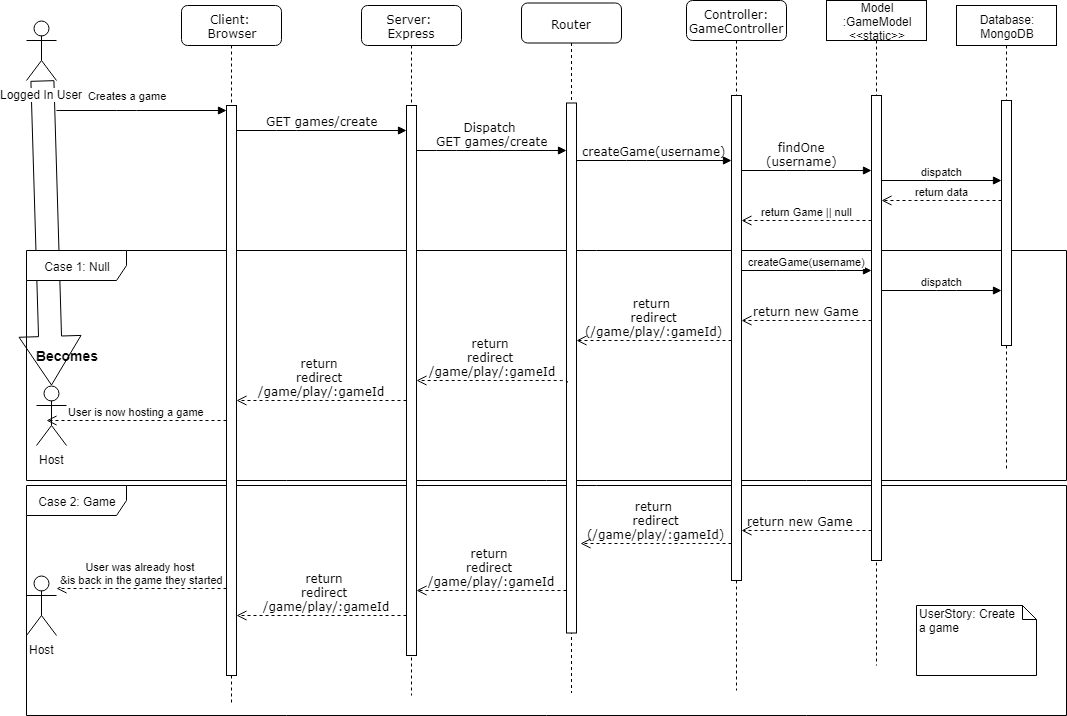
This is UML_Graphics/Sequence Diagrams/Sequence Diagram_ Create a Game.png from O-clock-Pulsar/Pictionary-TeamPyjamasque, a draw.io export, as it was before one commit. Source tidied: cells renumbered, new cells last; positions are measured from the earlier drawing's top-left corner, leaving out a move shared by most shapes. Source of this version:
```xml
<mxGraphModel background="#ffffff">
  <root>
    <mxCell id="0" />
    <mxCell id="1" parent="0" />
    <mxCell id="2" style="shape=flexArrow;endArrow=classic;html=1;endWidth=38;endSize=15.89;width=23;entryX=0.5;entryY=0;entryDx=0;entryDy=0;entryPerimeter=0;" parent="1" edge="1" source="20" target="37">
      <mxGeometry relative="1" as="geometry" />
    </mxCell>
    <mxCell id="3" value="Case 2: Game" style="shape=umlFrame;whiteSpace=wrap;html=1;width=100;height=30;" parent="1" vertex="1">
      <mxGeometry x="5" y="485" width="1040" height="230" as="geometry" />
    </mxCell>
    <mxCell id="4" value="Case 1: Null" style="shape=umlFrame;whiteSpace=wrap;html=1;width=100;height=30;" parent="1" vertex="1">
      <mxGeometry x="5" y="250" width="1040" height="230" as="geometry" />
    </mxCell>
    <mxCell id="5" value="Server: &lt;br&gt;Express" style="shape=umlLifeline;perimeter=lifelinePerimeter;whiteSpace=wrap;html=1;rounded=1;shadow=0;comic=0;labelBackgroundColor=none;strokeColor=#000000;strokeWidth=1;fillColor=#FFFFFF;fontFamily=Verdana;fontSize=12;fontColor=#000000;align=center;" parent="1" vertex="1">
      <mxGeometry x="340" y="5" width="100" height="690" as="geometry" />
    </mxCell>
    <mxCell id="6" style="html=1;points=[];perimeter=orthogonalPerimeter;rounded=0;shadow=0;comic=0;labelBackgroundColor=none;strokeColor=#000000;strokeWidth=1;fillColor=#FFFFFF;fontFamily=Verdana;fontSize=12;fontColor=#000000;align=center;" parent="5" vertex="1">
      <mxGeometry x="45" y="100" width="10" height="550" as="geometry" />
    </mxCell>
    <mxCell id="7" value="Router" style="shape=umlLifeline;perimeter=lifelinePerimeter;whiteSpace=wrap;html=1;rounded=1;shadow=0;comic=0;labelBackgroundColor=none;strokeColor=#000000;strokeWidth=1;fillColor=#FFFFFF;fontFamily=Verdana;fontSize=12;fontColor=#000000;align=center;" parent="1" vertex="1">
      <mxGeometry x="500" y="2.5" width="100" height="690" as="geometry" />
    </mxCell>
    <mxCell id="8" style="html=1;points=[];perimeter=orthogonalPerimeter;rounded=0;shadow=0;comic=0;labelBackgroundColor=none;strokeColor=#000000;strokeWidth=1;fillColor=#FFFFFF;fontFamily=Verdana;fontSize=12;fontColor=#000000;align=center;" parent="7" vertex="1">
      <mxGeometry x="45" y="100" width="10" height="530" as="geometry" />
    </mxCell>
    <mxCell id="9" value="Controller: GameController" style="shape=umlLifeline;perimeter=lifelinePerimeter;whiteSpace=wrap;html=1;rounded=1;shadow=0;comic=0;labelBackgroundColor=none;strokeColor=#000000;strokeWidth=1;fillColor=#FFFFFF;fontFamily=Verdana;fontSize=12;fontColor=#000000;align=center;" parent="1" vertex="1">
      <mxGeometry x="665" width="100" height="690" as="geometry" />
    </mxCell>
    <mxCell id="10" style="html=1;points=[];perimeter=orthogonalPerimeter;rounded=0;shadow=0;comic=0;labelBackgroundColor=none;strokeColor=#000000;strokeWidth=1;fillColor=#FFFFFF;fontFamily=Verdana;fontSize=12;fontColor=#000000;align=center;" parent="9" vertex="1">
      <mxGeometry x="45" y="95" width="10" height="485" as="geometry" />
    </mxCell>
    <mxCell id="11" value="Client: &lt;br&gt;Browser" style="shape=umlLifeline;perimeter=lifelinePerimeter;whiteSpace=wrap;html=1;rounded=1;shadow=0;comic=0;labelBackgroundColor=none;strokeColor=#000000;strokeWidth=1;fillColor=#FFFFFF;fontFamily=Verdana;fontSize=12;fontColor=#000000;align=center;" parent="1" vertex="1">
      <mxGeometry x="160" y="5" width="100" height="700" as="geometry" />
    </mxCell>
    <mxCell id="12" style="html=1;points=[];perimeter=orthogonalPerimeter;rounded=0;shadow=0;comic=0;labelBackgroundColor=none;strokeColor=#000000;strokeWidth=1;fillColor=#FFFFFF;fontFamily=Verdana;fontSize=12;fontColor=#000000;align=center;" parent="11" vertex="1">
      <mxGeometry x="45" y="100" width="10" height="570" as="geometry" />
    </mxCell>
    <mxCell id="13" value="createGame(username)" style="html=1;verticalAlign=bottom;endArrow=block;labelBackgroundColor=none;fontFamily=Verdana;fontSize=12;edgeStyle=elbowEdgeStyle;elbow=vertical;" parent="1" edge="1" source="8" target="10">
      <mxGeometry relative="1" as="geometry">
        <Array as="points">
          <mxPoint x="615" y="160" />
          <mxPoint x="555" y="180" />
          <mxPoint x="545" y="200" />
          <mxPoint x="635" y="180" />
          <mxPoint x="675" y="210" />
          <mxPoint x="705" y="170" />
        </Array>
      </mxGeometry>
    </mxCell>
    <mxCell id="14" value="findOne&lt;br&gt;(username)" style="html=1;verticalAlign=bottom;endArrow=block;labelBackgroundColor=none;fontFamily=Verdana;fontSize=12;edgeStyle=elbowEdgeStyle;elbow=vertical;" parent="1" edge="1" source="10" target="24">
      <mxGeometry x="-0.07" relative="1" as="geometry">
        <Array as="points">
          <mxPoint x="775" y="170" />
        </Array>
      </mxGeometry>
    </mxCell>
    <mxCell id="15" value="GET games/create" style="html=1;verticalAlign=bottom;endArrow=block;labelBackgroundColor=none;fontFamily=Verdana;fontSize=12;edgeStyle=elbowEdgeStyle;elbow=vertical;" parent="1" edge="1" source="12" target="6">
      <mxGeometry relative="1" as="geometry">
        <Array as="points">
          <mxPoint x="265" y="130" />
          <mxPoint x="325" y="160" />
        </Array>
      </mxGeometry>
    </mxCell>
    <mxCell id="16" value="Dispatch &lt;br&gt;GET games/create" style="html=1;verticalAlign=bottom;endArrow=block;labelBackgroundColor=none;fontFamily=Verdana;fontSize=12;edgeStyle=elbowEdgeStyle;elbow=vertical;" parent="1" edge="1" source="6" target="8">
      <mxGeometry relative="1" as="geometry">
        <Array as="points">
          <mxPoint x="425" y="150" />
        </Array>
      </mxGeometry>
    </mxCell>
    <mxCell id="17" value="return&amp;nbsp;&lt;br&gt;redirect &lt;br&gt;/game/play/:gameId" style="html=1;verticalAlign=bottom;endArrow=open;dashed=1;endSize=8;labelBackgroundColor=none;fontFamily=Verdana;fontSize=12;edgeStyle=elbowEdgeStyle;elbow=vertical;exitX=0.1;exitY=0.527;exitDx=0;exitDy=0;exitPerimeter=0;" parent="1" edge="1" source="8" target="6">
      <mxGeometry relative="1" as="geometry">
        <Array as="points">
          <mxPoint x="385" y="380" />
          <mxPoint x="405" y="340" />
        </Array>
      </mxGeometry>
    </mxCell>
    <mxCell id="18" value="return&amp;nbsp;&lt;br&gt;redirect &lt;br&gt;/game/play/:gameId" style="html=1;verticalAlign=bottom;endArrow=open;dashed=1;endSize=8;labelBackgroundColor=none;fontFamily=Verdana;fontSize=12;edgeStyle=elbowEdgeStyle;elbow=vertical;" parent="1" edge="1" source="6" target="12">
      <mxGeometry relative="1" as="geometry">
        <Array as="points">
          <mxPoint x="255" y="400" />
          <mxPoint x="235" y="350" />
        </Array>
      </mxGeometry>
    </mxCell>
    <mxCell id="19" value="UserStory: Create &lt;br&gt;a game" style="shape=note;whiteSpace=wrap;html=1;size=14;verticalAlign=top;align=left;spacingTop=-6;" parent="1" vertex="1">
      <mxGeometry x="895" y="605" width="120" height="70" as="geometry" />
    </mxCell>
    <mxCell id="20" value="Logged In User" style="shape=umlActor;verticalLabelPosition=bottom;labelBackgroundColor=#ffffff;verticalAlign=top;html=1;outlineConnect=0;" parent="1" vertex="1">
      <mxGeometry x="5" y="20" width="30" height="60" as="geometry" />
    </mxCell>
    <mxCell id="21" value="Creates a game" style="html=1;verticalAlign=bottom;endArrow=block;" parent="1" edge="1" target="12">
      <mxGeometry x="-0.17" y="6" relative="1" as="geometry">
        <mxPoint x="35" y="110" as="sourcePoint" />
        <Array as="points">
          <mxPoint x="105" y="110" />
        </Array>
      </mxGeometry>
    </mxCell>
    <mxCell id="22" value="User is now hosting a game" style="html=1;verticalAlign=bottom;endArrow=open;dashed=1;endSize=8;" parent="1" edge="1" source="12">
      <mxGeometry relative="1" as="geometry">
        <mxPoint x="25" y="420" as="targetPoint" />
        <Array as="points">
          <mxPoint x="125" y="420" />
        </Array>
      </mxGeometry>
    </mxCell>
    <mxCell id="23" value="Model&lt;br&gt;:GameModel&lt;br&gt;&amp;lt;&amp;lt;static&amp;gt;&amp;gt;" style="shape=umlLifeline;perimeter=lifelinePerimeter;whiteSpace=wrap;html=1;" parent="1" vertex="1">
      <mxGeometry x="805" width="100" height="665" as="geometry" />
    </mxCell>
    <mxCell id="24" style="html=1;points=[];perimeter=orthogonalPerimeter;" parent="23" vertex="1">
      <mxGeometry x="45" y="95" width="10" height="465" as="geometry" />
    </mxCell>
    <mxCell id="25" value="Database:&lt;br&gt;MongoDB" style="shape=umlLifeline;perimeter=lifelinePerimeter;whiteSpace=wrap;html=1;" parent="1" vertex="1">
      <mxGeometry x="935" y="5" width="100" height="465" as="geometry" />
    </mxCell>
    <mxCell id="26" style="html=1;points=[];perimeter=orthogonalPerimeter;" parent="25" vertex="1">
      <mxGeometry x="45" y="95" width="10" height="245" as="geometry" />
    </mxCell>
    <mxCell id="27" value="dispatch" style="html=1;verticalAlign=bottom;endArrow=block;" parent="1" edge="1" source="24" target="26">
      <mxGeometry relative="1" as="geometry">
        <Array as="points">
          <mxPoint x="915" y="180" />
        </Array>
      </mxGeometry>
    </mxCell>
    <mxCell id="28" value="return data" style="html=1;verticalAlign=bottom;endArrow=open;dashed=1;endSize=8;" parent="1" edge="1" source="26" target="24">
      <mxGeometry relative="1" as="geometry">
        <Array as="points">
          <mxPoint x="925" y="200" />
        </Array>
      </mxGeometry>
    </mxCell>
    <mxCell id="29" value="return Game || null" style="html=1;verticalAlign=bottom;endArrow=open;dashed=1;endSize=8;" parent="1" edge="1" source="24" target="10">
      <mxGeometry relative="1" as="geometry">
        <Array as="points">
          <mxPoint x="805" y="220" />
        </Array>
      </mxGeometry>
    </mxCell>
    <mxCell id="30" value="return&amp;nbsp;&lt;br&gt;redirect&lt;br&gt;(/game/play/:gameId)" style="html=1;verticalAlign=bottom;endArrow=open;dashed=1;endSize=8;labelBackgroundColor=none;fontFamily=Verdana;fontSize=12;edgeStyle=elbowEdgeStyle;elbow=vertical;" parent="1" edge="1" source="10" target="8">
      <mxGeometry relative="1" as="geometry">
        <Array as="points">
          <mxPoint x="685" y="340" />
          <mxPoint x="635" y="310" />
          <mxPoint x="535" y="360" />
        </Array>
      </mxGeometry>
    </mxCell>
    <mxCell id="31" value="return&amp;nbsp;&lt;br&gt;redirect &lt;br&gt;/game/play/:gameId" style="html=1;verticalAlign=bottom;endArrow=open;dashed=1;endSize=8;labelBackgroundColor=none;fontFamily=Verdana;fontSize=12;edgeStyle=elbowEdgeStyle;elbow=vertical;" parent="1" edge="1" source="8" target="6">
      <mxGeometry relative="1" as="geometry">
        <Array as="points">
          <mxPoint x="435" y="590" />
        </Array>
      </mxGeometry>
    </mxCell>
    <mxCell id="32" value="return&amp;nbsp;&lt;br&gt;redirect &lt;br&gt;/game/play/:gameId" style="html=1;verticalAlign=bottom;endArrow=open;dashed=1;endSize=8;labelBackgroundColor=none;fontFamily=Verdana;fontSize=12;edgeStyle=elbowEdgeStyle;elbow=vertical;" parent="1" edge="1" source="6" target="12">
      <mxGeometry x="0.65" y="-60" relative="1" as="geometry">
        <Array as="points">
          <mxPoint x="245" y="615" />
          <mxPoint x="235" y="585" />
        </Array>
        <mxPoint x="60" y="60" as="offset" />
      </mxGeometry>
    </mxCell>
    <mxCell id="33" value="User was already host &lt;br&gt;&amp;amp;is back in the game they started" style="html=1;verticalAlign=bottom;endArrow=open;dashed=1;endSize=8;" parent="1" edge="1" source="12" target="41">
      <mxGeometry relative="1" as="geometry" />
    </mxCell>
    <mxCell id="34" value="createGame(username)" style="html=1;verticalAlign=bottom;endArrow=block;" parent="1" edge="1" source="10" target="24">
      <mxGeometry relative="1" as="geometry">
        <Array as="points">
          <mxPoint x="825" y="270" />
        </Array>
      </mxGeometry>
    </mxCell>
    <mxCell id="35" value="return new Game" style="html=1;verticalAlign=bottom;endArrow=open;dashed=1;endSize=8;labelBackgroundColor=none;fontFamily=Verdana;fontSize=12;edgeStyle=elbowEdgeStyle;elbow=vertical;" parent="1" edge="1" source="24" target="10">
      <mxGeometry relative="1" as="geometry">
        <Array as="points">
          <mxPoint x="785" y="320" />
        </Array>
      </mxGeometry>
    </mxCell>
    <mxCell id="36" value="return&amp;nbsp;&lt;br&gt;redirect&lt;br&gt;(/game/play/:gameId)" style="html=1;verticalAlign=bottom;endArrow=open;dashed=1;endSize=8;labelBackgroundColor=none;fontFamily=Verdana;fontSize=12;edgeStyle=elbowEdgeStyle;elbow=vertical;entryX=1.4;entryY=0.831;entryDx=0;entryDy=0;entryPerimeter=0;" parent="1" edge="1" source="10" target="8">
      <mxGeometry relative="1" as="geometry" />
    </mxCell>
    <mxCell id="37" value="Host" style="shape=umlActor;verticalLabelPosition=bottom;labelBackgroundColor=#ffffff;verticalAlign=top;html=1;" parent="1" vertex="1">
      <mxGeometry x="15" y="385" width="30" height="60" as="geometry" />
    </mxCell>
    <mxCell id="38" value="Becomes" style="text;html=1;strokeColor=none;fillColor=none;align=center;verticalAlign=middle;whiteSpace=wrap;rounded=0;fontStyle=1;fontSize=14;" parent="1" vertex="1">
      <mxGeometry y="345" width="90" height="20" as="geometry" />
    </mxCell>
    <mxCell id="39" value="dispatch" style="html=1;verticalAlign=bottom;endArrow=block;" parent="1" edge="1" source="24" target="26">
      <mxGeometry relative="1" as="geometry">
        <Array as="points">
          <mxPoint x="925" y="290" />
        </Array>
      </mxGeometry>
    </mxCell>
    <mxCell id="40" value="return new Game" style="html=1;verticalAlign=bottom;endArrow=open;dashed=1;endSize=8;labelBackgroundColor=none;fontFamily=Verdana;fontSize=12;edgeStyle=elbowEdgeStyle;elbow=vertical;" parent="1" edge="1" source="24" target="10">
      <mxGeometry x="0.25" y="-10" relative="1" as="geometry">
        <Array as="points">
          <mxPoint x="795" y="530" />
          <mxPoint x="785" y="510" />
          <mxPoint x="805" y="500" />
          <mxPoint x="705" y="530" />
        </Array>
        <mxPoint x="10" y="10" as="offset" />
      </mxGeometry>
    </mxCell>
    <mxCell id="41" value="Host" style="shape=umlActor;verticalLabelPosition=bottom;labelBackgroundColor=#ffffff;verticalAlign=top;html=1;outlineConnect=0;" parent="1" vertex="1">
      <mxGeometry x="5" y="575" width="30" height="60" as="geometry" />
    </mxCell>
  </root>
</mxGraphModel>
```
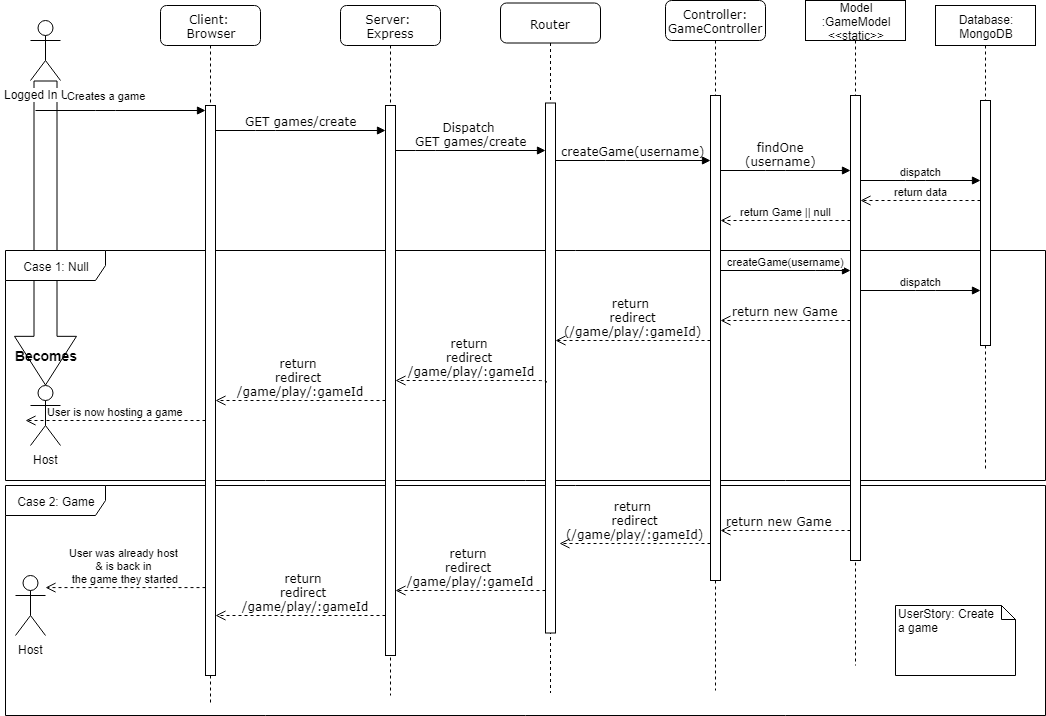
The same file after the commit.

Change to the diagram source:
```diff
@@ -89,7 +89,7 @@
       <mxGeometry x="895" y="605" width="120" height="70" as="geometry" />
     </mxCell>
     <mxCell id="20" value="Logged In User" style="shape=umlActor;verticalLabelPosition=bottom;labelBackgroundColor=#ffffff;verticalAlign=top;html=1;outlineConnect=0;" parent="1" vertex="1">
-      <mxGeometry x="5" y="20" width="30" height="60" as="geometry" />
+      <mxGeometry x="30" y="20" width="30" height="60" as="geometry" />
     </mxCell>
     <mxCell id="21" value="Creates a game" style="html=1;verticalAlign=bottom;endArrow=block;" parent="1" edge="1" target="12">
       <mxGeometry x="-0.17" y="6" relative="1" as="geometry">
@@ -165,8 +165,11 @@
         <mxPoint x="60" y="60" as="offset" />
       </mxGeometry>
     </mxCell>
-    <mxCell id="33" value="User was already host &lt;br&gt;&amp;amp;is back in the game they started" style="html=1;verticalAlign=bottom;endArrow=open;dashed=1;endSize=8;" parent="1" edge="1" source="12" target="41">
-      <mxGeometry relative="1" as="geometry" />
+    <mxCell id="33" value="User was already host &lt;br&gt;&amp;amp; is back in &lt;br&gt;the game they started" style="html=1;verticalAlign=bottom;endArrow=open;dashed=1;endSize=8;" parent="1" edge="1">
+      <mxGeometry relative="1" as="geometry">
+        <mxPoint x="205" y="587.1" as="sourcePoint" />
+        <mxPoint x="45" y="587.1" as="targetPoint" />
+      </mxGeometry>
     </mxCell>
     <mxCell id="34" value="createGame(username)" style="html=1;verticalAlign=bottom;endArrow=block;" parent="1" edge="1" source="10" target="24">
       <mxGeometry relative="1" as="geometry">
@@ -186,7 +189,7 @@
       <mxGeometry relative="1" as="geometry" />
     </mxCell>
     <mxCell id="37" value="Host" style="shape=umlActor;verticalLabelPosition=bottom;labelBackgroundColor=#ffffff;verticalAlign=top;html=1;" parent="1" vertex="1">
-      <mxGeometry x="15" y="385" width="30" height="60" as="geometry" />
+      <mxGeometry x="30" y="385" width="30" height="60" as="geometry" />
     </mxCell>
     <mxCell id="38" value="Becomes" style="text;html=1;strokeColor=none;fillColor=none;align=center;verticalAlign=middle;whiteSpace=wrap;rounded=0;fontStyle=1;fontSize=14;" parent="1" vertex="1">
       <mxGeometry y="345" width="90" height="20" as="geometry" />
@@ -210,7 +213,7 @@
       </mxGeometry>
     </mxCell>
     <mxCell id="41" value="Host" style="shape=umlActor;verticalLabelPosition=bottom;labelBackgroundColor=#ffffff;verticalAlign=top;html=1;outlineConnect=0;" parent="1" vertex="1">
-      <mxGeometry x="5" y="575" width="30" height="60" as="geometry" />
+      <mxGeometry x="15" y="575" width="30" height="60" as="geometry" />
     </mxCell>
   </root>
 </mxGraphModel>
```
